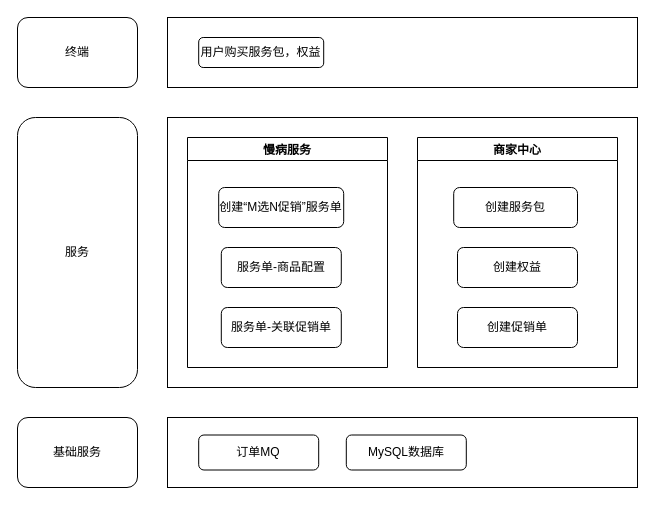
RockyLOMO/demo keeps this draw.io diagram as mxn.drawio. Above is the earlier version. Source tidied: cells renumbered, new cells numbered last; positions are measured from the earlier drawing's top-left corner, leaving out a move shared by most shapes. Both pictures are drawn from the tidied source at 100%, with x=0, y=0 at pixel (17, 17).
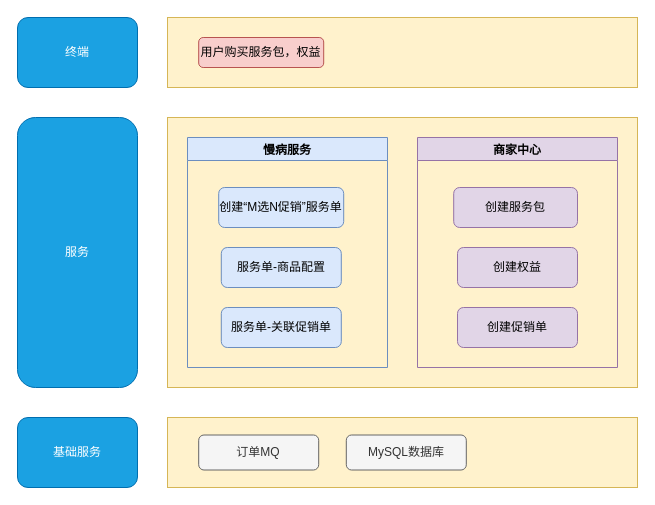
The same diagram, later.

What changed in the source:
```diff
@@
 <mxGraphModel>
   <root>
     <mxCell id="0" />
     <mxCell id="1" parent="0" />
-    <mxCell id="2" style="rounded=0;whiteSpace=wrap;html=1;" parent="1" vertex="1">
+    <mxCell id="2" style="rounded=0;whiteSpace=wrap;html=1;fillColor=#fff2cc;strokeColor=#d6b656;" parent="1" vertex="1">
       <mxGeometry x="150" y="400" width="470" height="70" as="geometry" />
     </mxCell>
-    <mxCell id="3" style="rounded=0;whiteSpace=wrap;html=1;" parent="1" vertex="1">
+    <mxCell id="3" style="rounded=0;whiteSpace=wrap;html=1;fillColor=#fff2cc;strokeColor=#d6b656;" parent="1" vertex="1">
       <mxGeometry x="150" width="470" height="70" as="geometry" />
     </mxCell>
-    <mxCell id="4" style="rounded=0;whiteSpace=wrap;html=1;" parent="1" vertex="1">
+    <mxCell id="4" style="rounded=0;whiteSpace=wrap;html=1;fillColor=#fff2cc;strokeColor=#d6b656;" parent="1" vertex="1">
       <mxGeometry x="150" y="100" width="470" height="270" as="geometry" />
     </mxCell>
-    <mxCell id="5" value="基础服务" style="rounded=1;whiteSpace=wrap;html=1;" parent="1" vertex="1">
+    <mxCell id="5" value="基础服务" style="rounded=1;whiteSpace=wrap;html=1;fillColor=#1ba1e2;fontColor=#ffffff;strokeColor=#006EAF;" parent="1" vertex="1">
       <mxGeometry y="400" width="120" height="70" as="geometry" />
     </mxCell>
-    <mxCell id="6" value="订单MQ" style="rounded=1;whiteSpace=wrap;html=1;" parent="1" vertex="1">
+    <mxCell id="6" value="订单MQ" style="rounded=1;whiteSpace=wrap;html=1;fillColor=#f5f5f5;fontColor=#333333;strokeColor=#666666;" parent="1" vertex="1">
       <mxGeometry x="181.2" y="417.5" width="120" height="35" as="geometry" />
     </mxCell>
-    <mxCell id="7" value="终端" style="rounded=1;whiteSpace=wrap;html=1;" parent="1" vertex="1">
+    <mxCell id="7" value="终端" style="rounded=1;whiteSpace=wrap;html=1;fillColor=#1ba1e2;fontColor=#ffffff;strokeColor=#006EAF;" parent="1" vertex="1">
       <mxGeometry width="120" height="70" as="geometry" />
     </mxCell>
-    <mxCell id="8" value="用户购买服务包，权益" style="rounded=1;whiteSpace=wrap;html=1;" parent="1" vertex="1">
+    <mxCell id="8" value="用户购买服务包，权益" style="rounded=1;whiteSpace=wrap;html=1;fillColor=#f8cecc;strokeColor=#b85450;" parent="1" vertex="1">
       <mxGeometry x="181.2" y="20" width="125" height="30" as="geometry" />
     </mxCell>
-    <mxCell id="9" value="服务" style="rounded=1;whiteSpace=wrap;html=1;" parent="1" vertex="1">
+    <mxCell id="9" value="服务" style="rounded=1;whiteSpace=wrap;html=1;fillColor=#1ba1e2;fontColor=#ffffff;strokeColor=#006EAF;" parent="1" vertex="1">
       <mxGeometry y="100" width="120" height="270" as="geometry" />
     </mxCell>
-    <mxCell id="10" value="MySQL数据库" style="rounded=1;whiteSpace=wrap;html=1;" parent="1" vertex="1">
+    <mxCell id="10" value="MySQL数据库" style="rounded=1;whiteSpace=wrap;html=1;fillColor=#f5f5f5;fontColor=#333333;strokeColor=#666666;" parent="1" vertex="1">
       <mxGeometry x="328.8" y="417.5" width="120" height="35" as="geometry" />
     </mxCell>
-    <mxCell id="11" value="慢病服务" style="swimlane;" parent="1" vertex="1">
+    <mxCell id="11" value="慢病服务" style="swimlane;fillColor=#dae8fc;strokeColor=#6c8ebf;" parent="1" vertex="1">
       <mxGeometry x="170" y="120" width="200" height="230" as="geometry" />
     </mxCell>
-    <mxCell id="12" value="创建“M选N促销”服务单" style="rounded=1;whiteSpace=wrap;html=1;" parent="11" vertex="1">
+    <mxCell id="12" value="创建“M选N促销”服务单" style="rounded=1;whiteSpace=wrap;html=1;fillColor=#dae8fc;strokeColor=#6c8ebf;" parent="11" vertex="1">
       <mxGeometry x="31.2" y="50" width="125" height="40" as="geometry" />
     </mxCell>
-    <mxCell id="13" value="服务单-商品配置" style="rounded=1;whiteSpace=wrap;html=1;" parent="11" vertex="1">
+    <mxCell id="13" value="服务单-商品配置" style="rounded=1;whiteSpace=wrap;html=1;fillColor=#dae8fc;strokeColor=#6c8ebf;" parent="11" vertex="1">
       <mxGeometry x="33.8" y="110" width="120" height="40" as="geometry" />
     </mxCell>
-    <mxCell id="14" value="服务单-关联促销单" style="rounded=1;whiteSpace=wrap;html=1;" parent="11" vertex="1">
+    <mxCell id="14" value="服务单-关联促销单" style="rounded=1;whiteSpace=wrap;html=1;fillColor=#dae8fc;strokeColor=#6c8ebf;" parent="11" vertex="1">
       <mxGeometry x="33.8" y="170" width="120" height="40" as="geometry" />
     </mxCell>
-    <mxCell id="15" value="商家中心" style="swimlane;" parent="1" vertex="1">
+    <mxCell id="15" value="商家中心" style="swimlane;fillColor=#e1d5e7;strokeColor=#9673a6;" parent="1" vertex="1">
       <mxGeometry x="400" y="120" width="200" height="230" as="geometry" />
     </mxCell>
-    <mxCell id="16" value="创建服务包" style="rounded=1;whiteSpace=wrap;html=1;" parent="15" vertex="1">
+    <mxCell id="16" value="创建服务包" style="rounded=1;whiteSpace=wrap;html=1;fillColor=#e1d5e7;strokeColor=#9673a6;" parent="15" vertex="1">
       <mxGeometry x="36.2" y="50" width="123.8" height="40" as="geometry" />
     </mxCell>
-    <mxCell id="17" value="创建权益" style="rounded=1;whiteSpace=wrap;html=1;" parent="15" vertex="1">
+    <mxCell id="17" value="创建权益" style="rounded=1;whiteSpace=wrap;html=1;fillColor=#e1d5e7;strokeColor=#9673a6;" parent="15" vertex="1">
       <mxGeometry x="40" y="110" width="120" height="40" as="geometry" />
     </mxCell>
-    <mxCell id="18" value="创建促销单" style="rounded=1;whiteSpace=wrap;html=1;" parent="15" vertex="1">
+    <mxCell id="18" value="创建促销单" style="rounded=1;whiteSpace=wrap;html=1;fillColor=#e1d5e7;strokeColor=#9673a6;" parent="15" vertex="1">
       <mxGeometry x="40" y="170" width="120" height="40" as="geometry" />
     </mxCell>
   </root>
 </mxGraphModel>
```
